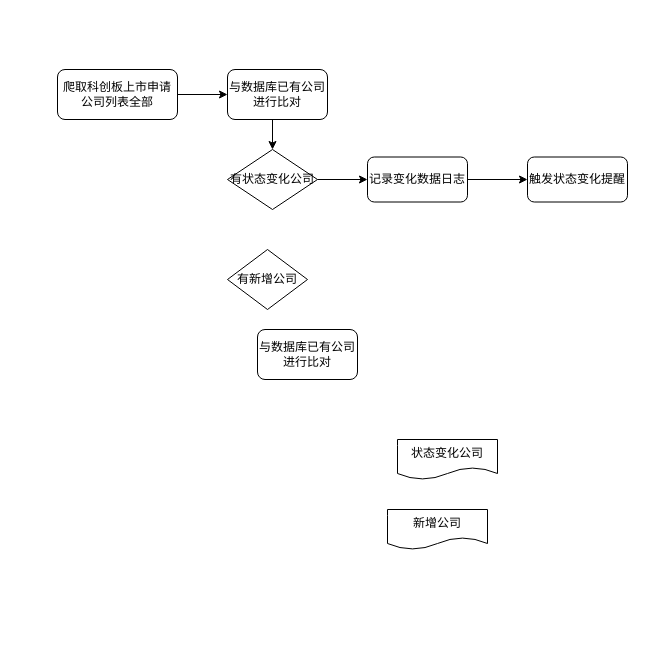
JefferNew/data2wisdom keeps this draw.io diagram as 科创板.drawio. Above is the earlier version. Source tidied: cells renumbered, new cells numbered last; positions are measured from the earlier drawing's top-left corner, leaving out a move shared by most shapes. Both pictures are drawn from the tidied source at 100%, with x=0, y=0 at pixel (57, 69).
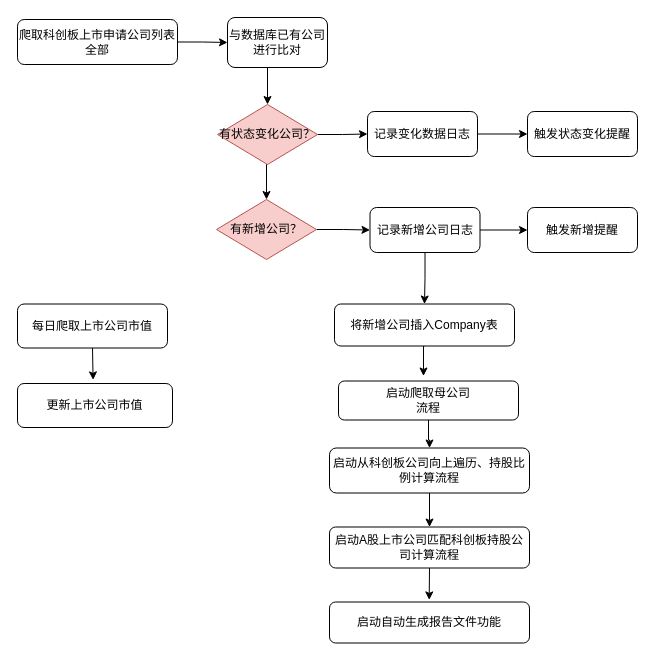
The same diagram, later.

Change to the diagram source:
```diff
@@
     <mxCell id="3" value="爬取科创板上市申请公司列表全部" style="rounded=1;whiteSpace=wrap;html=1;" parent="1" vertex="1">
-      <mxGeometry width="120" height="50" as="geometry" />
+      <mxGeometry x="-40" y="-50" width="160" height="45" as="geometry" />
     </mxCell>
@@
     <mxCell id="5" value="与数据库已有公司进行比对" style="rounded=1;whiteSpace=wrap;html=1;" parent="1" vertex="1">
-      <mxGeometry x="170" width="100" height="50" as="geometry" />
+      <mxGeometry x="170" y="-52" width="100" height="50" as="geometry" />
     </mxCell>
-    <mxCell id="6" value="新增公司" style="shape=document;whiteSpace=wrap;html=1;boundedLbl=1;" parent="1" vertex="1">
-      <mxGeometry x="330" y="440" width="100" height="40" as="geometry" />
-    </mxCell>
-    <mxCell id="7" value="状态变化公司" style="shape=document;whiteSpace=wrap;html=1;boundedLbl=1;" parent="1" vertex="1">
-      <mxGeometry x="340" y="370" width="100" height="40" as="geometry" />
-    </mxCell>
+    <mxCell id="15" style="edgeStyle=orthogonalEdgeStyle;rounded=0;jettySize=auto;html=1;exitX=1;exitY=0.5;exitDx=0;exitDy=0;entryX=0;entryY=0.5;entryDx=0;entryDy=0;" parent="1" edge="1" source="8" target="28">
+      <mxGeometry relative="1" as="geometry" />
+    </mxCell>
-    <mxCell id="8" value="有新增公司" style="rhombus;whiteSpace=wrap;html=1;" parent="1" vertex="1">
-      <mxGeometry x="170" y="180" width="80" height="60" as="geometry" />
+    <mxCell id="8" value="有新增公司？" style="rhombus;whiteSpace=wrap;html=1;fillColor=#f8cecc;strokeColor=#b85450;" parent="1" vertex="1">
+      <mxGeometry x="159" y="130" width="100" height="60" as="geometry" />
     </mxCell>
@@
+    <mxCell id="16" style="edgeStyle=orthogonalEdgeStyle;rounded=0;jettySize=auto;html=1;exitX=0.5;exitY=1;exitDx=0;exitDy=0;entryX=0.5;entryY=0;entryDx=0;entryDy=0;" parent="1" edge="1" source="10" target="8">
+      <mxGeometry relative="1" as="geometry" />
+    </mxCell>
-    <mxCell id="10" value="有状态变化公司" style="rhombus;whiteSpace=wrap;html=1;" parent="1" vertex="1">
-      <mxGeometry x="170" y="80" width="90" height="60" as="geometry" />
+    <mxCell id="10" value="有状态变化公司？" style="rhombus;whiteSpace=wrap;html=1;fillColor=#f8cecc;strokeColor=#b85450;" parent="1" vertex="1">
+      <mxGeometry x="160" y="35" width="100" height="60" as="geometry" />
     </mxCell>
+    <mxCell id="17" style="edgeStyle=orthogonalEdgeStyle;rounded=0;jettySize=auto;html=1;exitX=0.5;exitY=1;exitDx=0;exitDy=0;" parent="1" edge="1" source="11">
+      <mxGeometry relative="1" as="geometry">
+        <mxPoint x="35.6" y="310.4" as="targetPoint" />
+      </mxGeometry>
+    </mxCell>
-    <mxCell id="11" value="与数据库已有公司进行比对" style="rounded=1;whiteSpace=wrap;html=1;" parent="1" vertex="1">
-      <mxGeometry x="200" y="260" width="100" height="50" as="geometry" />
+    <mxCell id="11" value="每日爬取上市公司市值" style="rounded=1;whiteSpace=wrap;html=1;" parent="1" vertex="1">
+      <mxGeometry x="-40" y="234.5" width="150" height="44" as="geometry" />
     </mxCell>
@@
     <mxCell id="13" value="记录变化数据日志" style="rounded=1;whiteSpace=wrap;html=1;" parent="1" vertex="1">
-      <mxGeometry x="310" y="87.5" width="100" height="45" as="geometry" />
+      <mxGeometry x="310" y="42" width="110" height="45" as="geometry" />
     </mxCell>
     <mxCell id="14" value="触发状态变化提醒" style="rounded=1;whiteSpace=wrap;html=1;" parent="1" vertex="1">
-      <mxGeometry x="470" y="87.5" width="100" height="45" as="geometry" />
+      <mxGeometry x="470" y="42" width="110" height="45" as="geometry" />
     </mxCell>
+    <mxCell id="18" style="edgeStyle=orthogonalEdgeStyle;rounded=0;jettySize=auto;html=1;exitX=0.5;exitY=1;exitDx=0;exitDy=0;" parent="1" edge="1" source="19">
+      <mxGeometry relative="1" as="geometry">
+        <mxPoint x="366" y="306.5" as="targetPoint" />
+      </mxGeometry>
+    </mxCell>
+    <mxCell id="19" value="将新增公司插入Company表" style="rounded=1;whiteSpace=wrap;html=1;" parent="1" vertex="1">
+      <mxGeometry x="277" y="234.5" width="180" height="42" as="geometry" />
+    </mxCell>
+    <mxCell id="20" style="edgeStyle=orthogonalEdgeStyle;rounded=0;jettySize=auto;html=1;exitX=0.5;exitY=1;exitDx=0;exitDy=0;" parent="1" edge="1" source="21" target="23">
+      <mxGeometry relative="1" as="geometry" />
+    </mxCell>
+    <mxCell id="21" value="启动爬取母公司&lt;br&gt;流程" style="rounded=1;whiteSpace=wrap;html=1;" parent="1" vertex="1">
+      <mxGeometry x="281" y="311.5" width="180" height="39" as="geometry" />
+    </mxCell>
+    <mxCell id="22" style="edgeStyle=orthogonalEdgeStyle;rounded=0;jettySize=auto;html=1;exitX=0.5;exitY=1;exitDx=0;exitDy=0;entryX=0.5;entryY=0;entryDx=0;entryDy=0;" parent="1" edge="1" source="23" target="25">
+      <mxGeometry relative="1" as="geometry" />
+    </mxCell>
+    <mxCell id="23" value="启动从科创板公司向上遍历、持股比例计算流程" style="rounded=1;whiteSpace=wrap;html=1;" parent="1" vertex="1">
+      <mxGeometry x="272" y="378.5" width="200" height="45" as="geometry" />
+    </mxCell>
+    <mxCell id="24" style="edgeStyle=orthogonalEdgeStyle;rounded=0;jettySize=auto;html=1;exitX=0.5;exitY=1;exitDx=0;exitDy=0;" parent="1" edge="1" source="25">
+      <mxGeometry relative="1" as="geometry">
+        <mxPoint x="371.7" y="530.4" as="targetPoint" />
+      </mxGeometry>
+    </mxCell>
+    <mxCell id="25" value="启动A股上市公司匹配科创板持股公司计算流程" style="rounded=1;whiteSpace=wrap;html=1;" parent="1" vertex="1">
+      <mxGeometry x="272" y="457.5" width="200" height="41" as="geometry" />
+    </mxCell>
+    <mxCell id="26" style="edgeStyle=orthogonalEdgeStyle;rounded=0;jettySize=auto;html=1;exitX=1;exitY=0.5;exitDx=0;exitDy=0;entryX=0;entryY=0.5;entryDx=0;entryDy=0;" parent="1" edge="1" source="28" target="29">
+      <mxGeometry relative="1" as="geometry" />
+    </mxCell>
+    <mxCell id="27" style="edgeStyle=orthogonalEdgeStyle;rounded=0;jettySize=auto;html=1;exitX=0.5;exitY=1;exitDx=0;exitDy=0;" parent="1" edge="1" source="28" target="19">
+      <mxGeometry relative="1" as="geometry" />
+    </mxCell>
+    <mxCell id="28" value="记录新增公司日志" style="rounded=1;whiteSpace=wrap;html=1;" parent="1" vertex="1">
+      <mxGeometry x="312.5" y="138" width="110" height="45" as="geometry" />
+    </mxCell>
+    <mxCell id="29" value="触发新增提醒" style="rounded=1;whiteSpace=wrap;html=1;" parent="1" vertex="1">
+      <mxGeometry x="470" y="138" width="110" height="45" as="geometry" />
+    </mxCell>
+    <mxCell id="30" value="启动自动生成报告文件功能" style="rounded=1;whiteSpace=wrap;html=1;" parent="1" vertex="1">
+      <mxGeometry x="272" y="532.5" width="200" height="41" as="geometry" />
+    </mxCell>
+    <mxCell id="31" value="更新上市公司市值" style="rounded=1;whiteSpace=wrap;html=1;" parent="1" vertex="1">
+      <mxGeometry x="-40" y="314" width="155" height="44" as="geometry" />
+    </mxCell>
```
